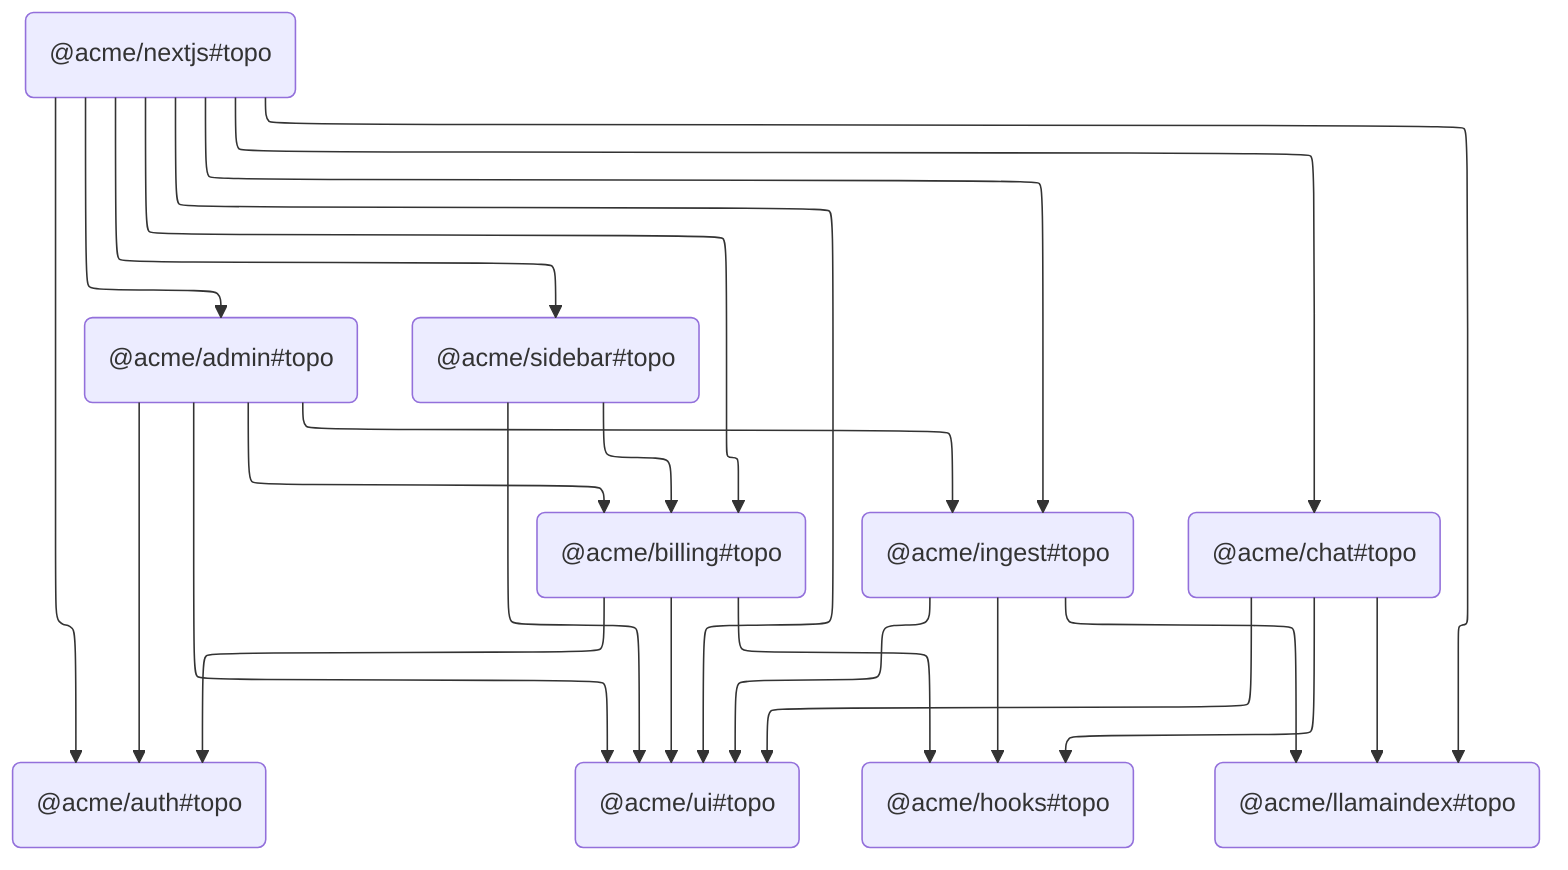
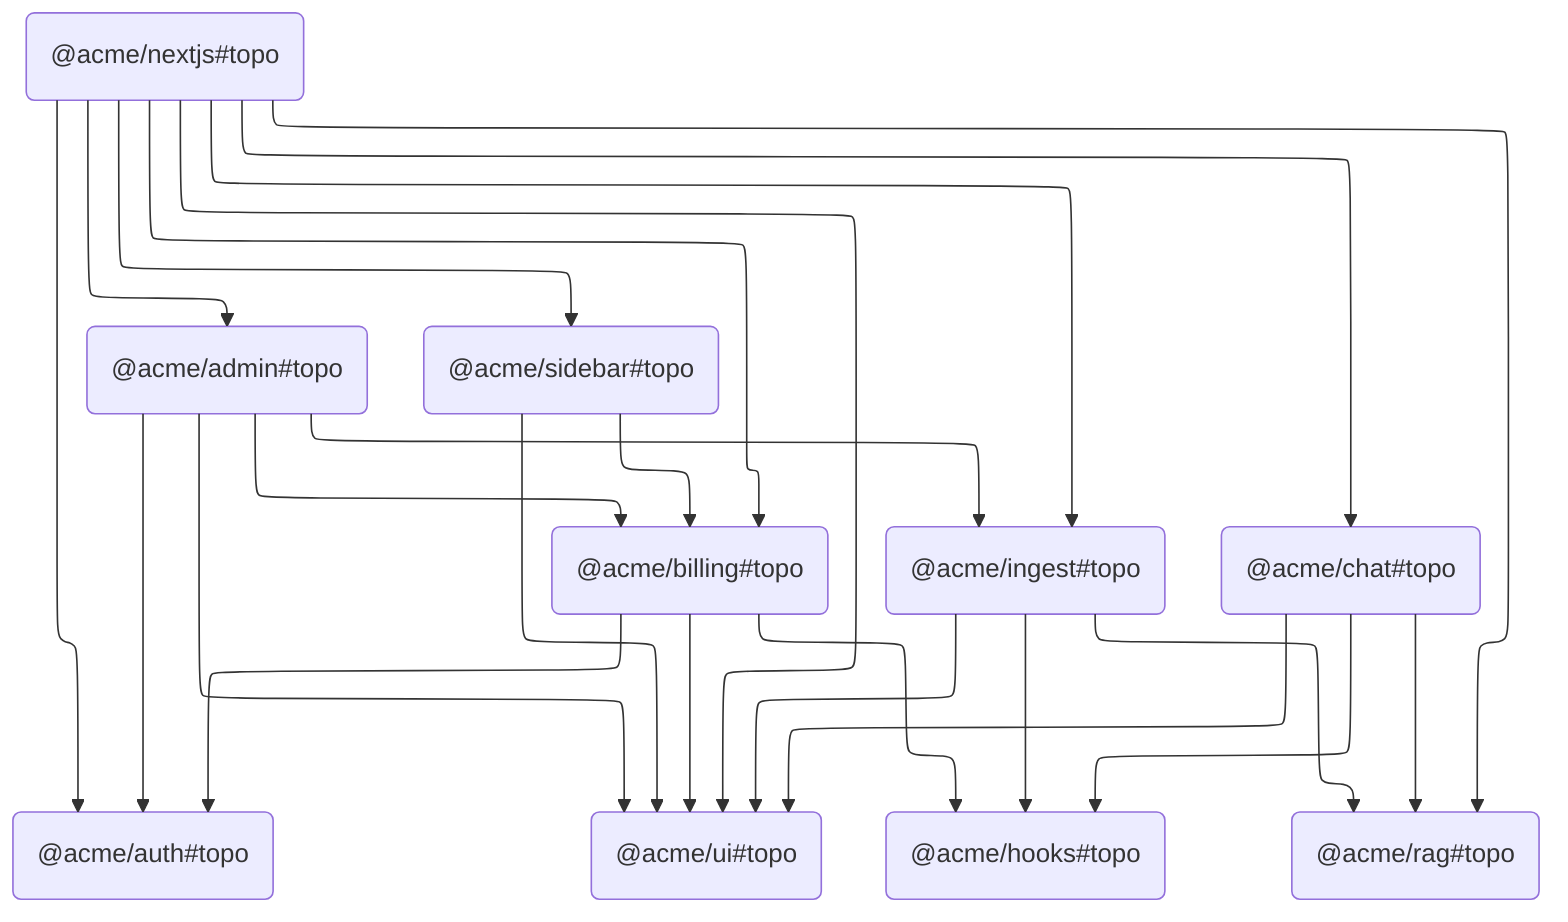
---
config:
  layout: elk
---
graph TD
	QHZT("@acme/admin#topo") --> ETTT("@acme/auth#topo")
	QHZT("@acme/admin#topo") --> JEGP("@acme/billing#topo")
	QHZT("@acme/admin#topo") --> LRHC("@acme/ingest#topo")
	QHZT("@acme/admin#topo") --> WCIN("@acme/ui#topo")
	JEGP("@acme/billing#topo") --> ETTT("@acme/auth#topo")
	JEGP("@acme/billing#topo") --> TPBW("@acme/hooks#topo")
	JEGP("@acme/billing#topo") --> WCIN("@acme/ui#topo")
	GVMR("@acme/chat#topo") --> TPBW("@acme/hooks#topo")
- 	GVMR("@acme/chat#topo") --> ITTZ("@acme/llamaindex#topo")
+ 	GVMR("@acme/chat#topo") --> ITTZ("@acme/rag#topo")
	GVMR("@acme/chat#topo") --> WCIN("@acme/ui#topo")
	LRHC("@acme/ingest#topo") --> TPBW("@acme/hooks#topo")
- 	LRHC("@acme/ingest#topo") --> ITTZ("@acme/llamaindex#topo")
+ 	LRHC("@acme/ingest#topo") --> ITTZ("@acme/rag#topo")
	LRHC("@acme/ingest#topo") --> WCIN("@acme/ui#topo")
	NEPG("@acme/nextjs#topo") --> QHZT("@acme/admin#topo")
	NEPG("@acme/nextjs#topo") --> ETTT("@acme/auth#topo")
	NEPG("@acme/nextjs#topo") --> JEGP("@acme/billing#topo")
	NEPG("@acme/nextjs#topo") --> GVMR("@acme/chat#topo")
	NEPG("@acme/nextjs#topo") --> LRHC("@acme/ingest#topo")
- 	NEPG("@acme/nextjs#topo") --> ITTZ("@acme/llamaindex#topo")
+ 	NEPG("@acme/nextjs#topo") --> ITTZ("@acme/rag#topo")
	NEPG("@acme/nextjs#topo") --> WJGP("@acme/sidebar#topo")
	NEPG("@acme/nextjs#topo") --> WCIN("@acme/ui#topo")
	WJGP("@acme/sidebar#topo") --> JEGP("@acme/billing#topo")
	WJGP("@acme/sidebar#topo") --> WCIN("@acme/ui#topo")
